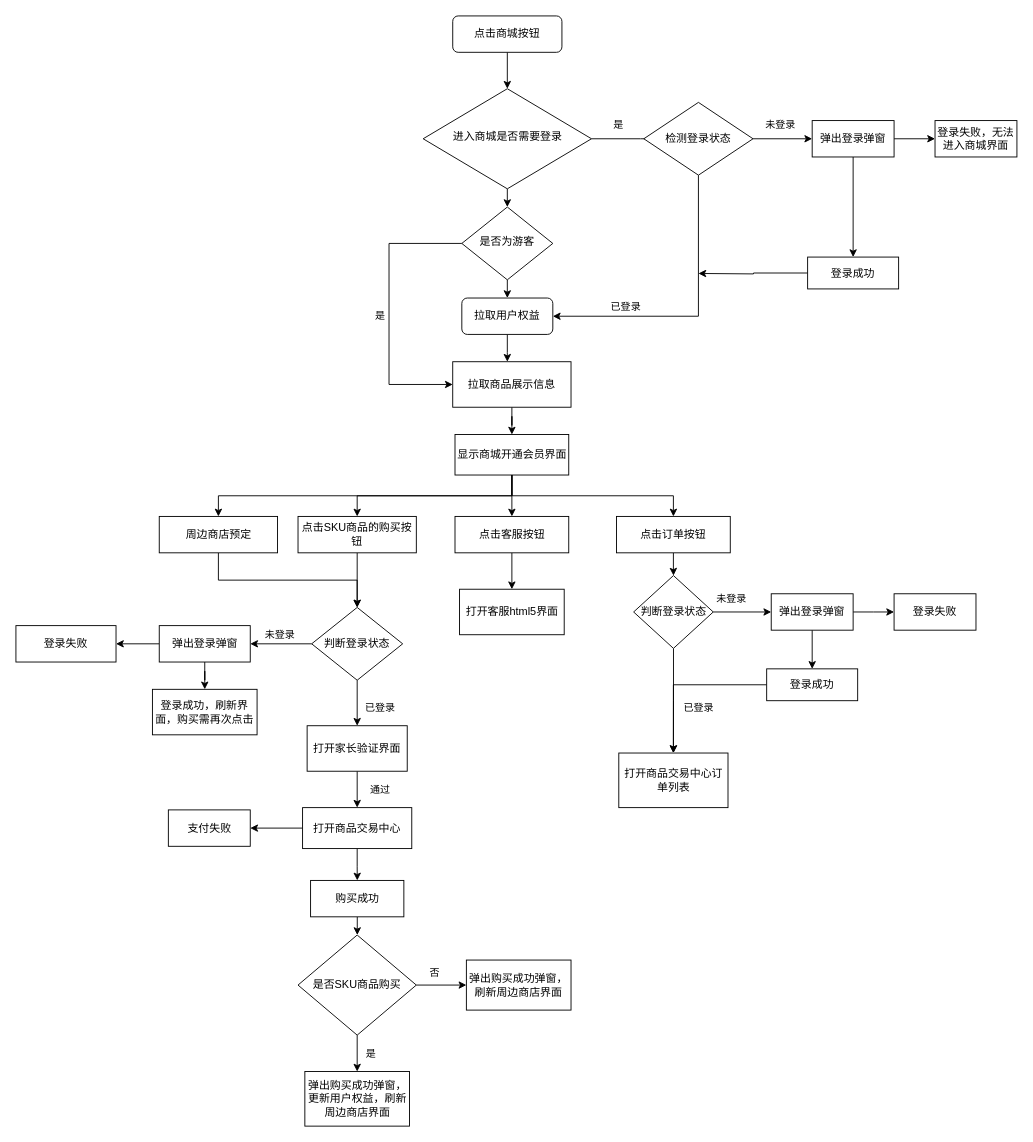
The draw.io diagram ShopComplete.drawio in NicoleXiao/Draw, before the edit. Source tidied: cells renumbered, new cells numbered last; positions are measured from the earlier drawing's top-left corner, leaving out a move shared by most shapes. Both pictures are drawn from the tidied source at 91%, with x=0, y=0 at pixel (15, 15).
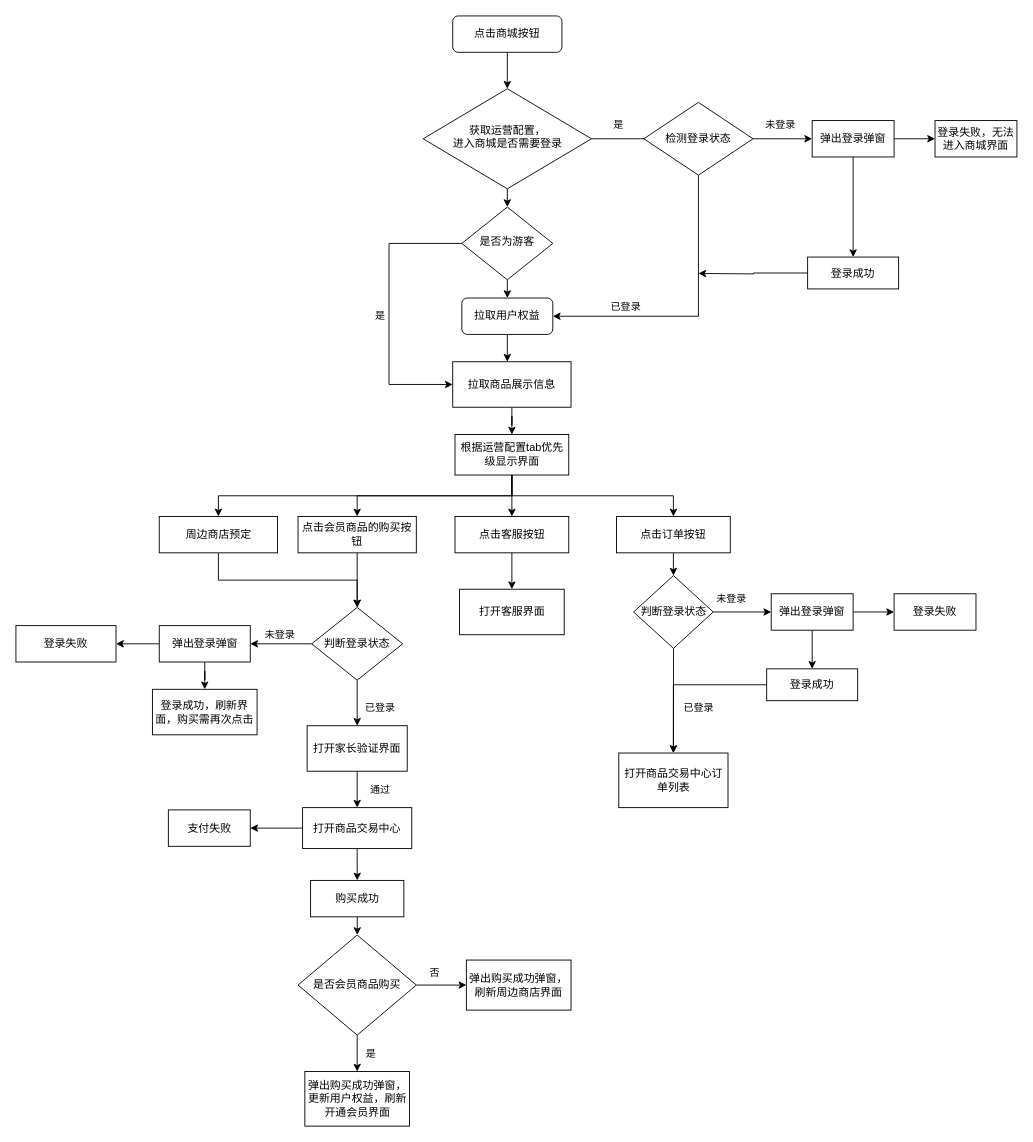
After the change.

What changed in the source:
```diff
@@
-    <mxCell id="6" value="进入商城是否需要登录" style="rhombus;whiteSpace=wrap;html=1;shadow=0;fontFamily=Helvetica;fontSize=12;align=center;strokeWidth=1;spacing=6;spacingTop=-4;" parent="1" vertex="1">
+    <mxCell id="6" value="获取运营配置，&lt;br&gt;进入商城是否需要登录" style="rhombus;whiteSpace=wrap;html=1;shadow=0;fontFamily=Helvetica;fontSize=12;align=center;strokeWidth=1;spacing=6;spacingTop=-4;" parent="1" vertex="1">
       <mxGeometry x="447.5" y="80" width="185" height="110" as="geometry" />
     </mxCell>
@@
-    <mxCell id="24" value="点击SKU商品的购买按钮" style="whiteSpace=wrap;html=1;" parent="1" vertex="1">
+    <mxCell id="24" value="点击会员商品的购买按钮" style="whiteSpace=wrap;html=1;" parent="1" vertex="1">
       <mxGeometry x="310" y="550" width="130" height="40" as="geometry" />
     </mxCell>
@@
-    <mxCell id="36" value="&lt;span&gt;显示商城开通会员界面&lt;/span&gt;" style="whiteSpace=wrap;html=1;" parent="1" vertex="1">
+    <mxCell id="36" value="根据运营配置tab优先级显示界面" style="whiteSpace=wrap;html=1;" parent="1" vertex="1">
       <mxGeometry x="482.5" y="460" width="125" height="44.5" as="geometry" />
     </mxCell>
@@
-    <mxCell id="46" value="打开客服html5界面" style="whiteSpace=wrap;html=1;" parent="1" vertex="1">
+    <mxCell id="46" value="打开客服界面" style="whiteSpace=wrap;html=1;" parent="1" vertex="1">
       <mxGeometry x="487.5" y="630" width="115" height="50" as="geometry" />
     </mxCell>
@@
-    <mxCell id="67" value="是否SKU商品购买" style="rhombus;whiteSpace=wrap;html=1;" parent="1" vertex="1">
+    <mxCell id="67" value="是否会员商品购买" style="rhombus;whiteSpace=wrap;html=1;" parent="1" vertex="1">
       <mxGeometry x="310" y="1010" width="130" height="110" as="geometry" />
     </mxCell>
@@
-    <mxCell id="69" value="弹出购买成功弹窗，更新用户权益，刷新周边商店界面" style="whiteSpace=wrap;html=1;" parent="1" vertex="1">
+    <mxCell id="69" value="弹出购买成功弹窗，更新用户权益，刷新开通会员界面" style="whiteSpace=wrap;html=1;" parent="1" vertex="1">
       <mxGeometry x="317.5" y="1160" width="115" height="60" as="geometry" />
     </mxCell>
```
